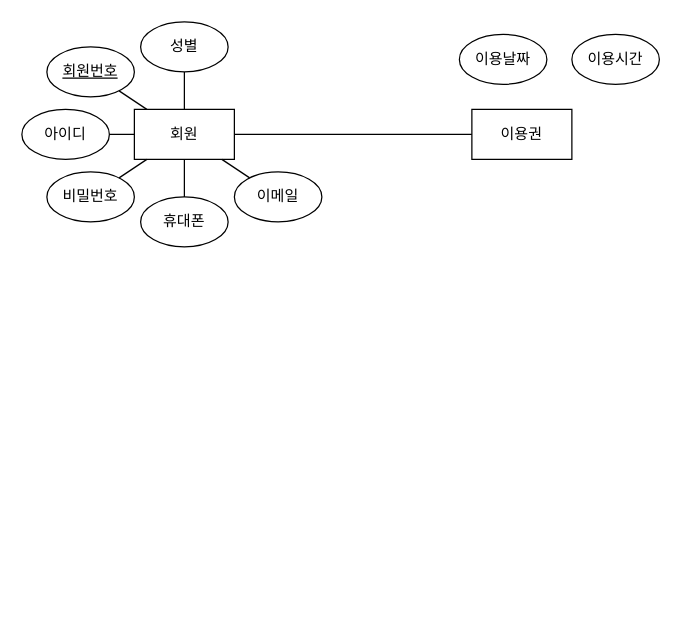
Above: jstudy/src/db/제목 없는 다이어그램.drawio in woo00/java (draw.io), before the change. Source tidied: cells renumbered, new cells numbered last; positions are measured from the earlier drawing's top-left corner, leaving out a move shared by most shapes. Both pictures are drawn from the tidied source at 125%, with x=0, y=0 at pixel (21, 21).
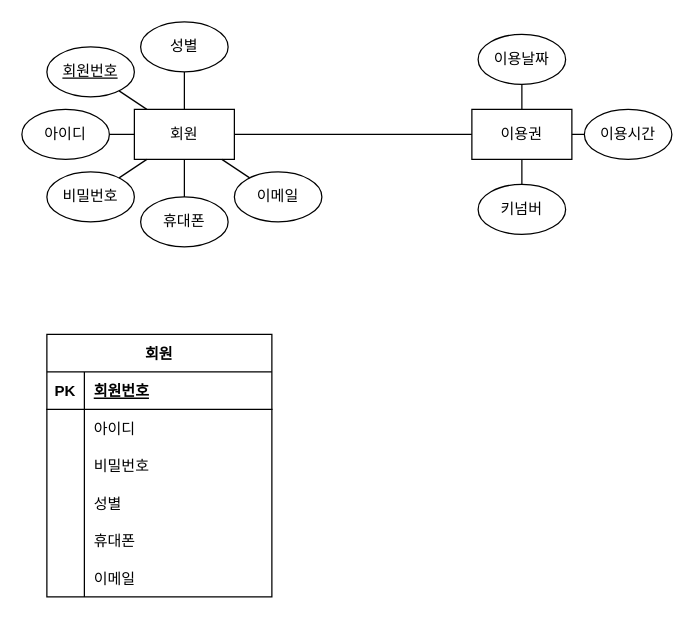
Above is the later version.

The change refers to these unchanged cells:
```xml
<mxCell id="15" value="이용권" style="rounded=0;whiteSpace=wrap;html=1;" parent="1" vertex="1">
  <mxGeometry x="360" y="70" width="80" height="40" as="geometry" />
</mxCell>
```

What changed in the source:
```diff
@@
     <mxCell id="16" value="이용시간" style="ellipse;whiteSpace=wrap;html=1;fontStyle=0;" parent="1" vertex="1">
-      <mxGeometry x="440" y="10" width="70" height="40" as="geometry" />
+      <mxGeometry x="450" y="70" width="70" height="40" as="geometry" />
     </mxCell>
@@
     <mxCell id="18" value="이용날짜" style="ellipse;whiteSpace=wrap;html=1;fontStyle=0;" parent="1" vertex="1">
-      <mxGeometry x="350" y="10" width="70" height="40" as="geometry" />
+      <mxGeometry x="365" y="10" width="70" height="40" as="geometry" />
     </mxCell>
+    <mxCell id="19" value="키넘버" style="ellipse;whiteSpace=wrap;html=1;fontStyle=0;" parent="1" vertex="1">
+      <mxGeometry x="365" y="130" width="70" height="40" as="geometry" />
+    </mxCell>
+    <mxCell id="20" style="endArrow=none;html=1;rounded=0;" parent="1" edge="1" source="15" target="18">
+      <mxGeometry relative="1" as="geometry" />
+    </mxCell>
+    <mxCell id="21" style="endArrow=none;html=1;rounded=0;" parent="1" edge="1" source="16" target="15">
+      <mxGeometry relative="1" as="geometry" />
+    </mxCell>
+    <mxCell id="22" style="endArrow=none;html=1;rounded=0;" parent="1" edge="1" source="19" target="15">
+      <mxGeometry relative="1" as="geometry" />
+    </mxCell>
+    <mxCell id="23" value="회원" style="shape=table;startSize=30;childLayout=tableLayout;rowLines=0;fontStyle=1;align=center;" parent="1" vertex="1">
+      <mxGeometry x="20" y="250" width="180" height="210" as="geometry" />
+    </mxCell>
+    <mxCell id="24" style="shape=tableRow;horizontal=0;startSize=0;swimlaneHead=0;swimlaneBody=0;fillColor=none;top=0;left=0;right=0;bottom=1;" parent="23" vertex="1">
+      <mxGeometry y="30" width="180" height="30" as="geometry" />
+    </mxCell>
+    <mxCell id="25" value="PK" style="shape=partialRectangle;fillColor=none;top=0;left=0;bottom=0;right=0;fontStyle=1;overflow=hidden;" parent="24" vertex="1">
+      <mxGeometry width="30" height="30" as="geometry" />
+    </mxCell>
+    <mxCell id="26" value="회원번호" style="shape=partialRectangle;fillColor=none;top=0;left=0;bottom=0;right=0;align=left;spacingLeft=6;fontStyle=5;overflow=hidden;" parent="24" vertex="1">
+      <mxGeometry x="30" width="150" height="30" as="geometry" />
+    </mxCell>
+    <mxCell id="27" style="shape=tableRow;horizontal=0;startSize=0;swimlaneHead=0;swimlaneBody=0;fillColor=none;top=0;left=0;right=0;bottom=0;" parent="23" vertex="1">
+      <mxGeometry y="60" width="180" height="30" as="geometry" />
+    </mxCell>
+    <mxCell id="28" style="shape=partialRectangle;fillColor=none;top=0;left=0;bottom=0;right=0;overflow=hidden;" parent="27" vertex="1">
+      <mxGeometry width="30" height="30" as="geometry" />
+    </mxCell>
+    <mxCell id="29" value="아이디" style="shape=partialRectangle;fillColor=none;top=0;left=0;bottom=0;right=0;align=left;spacingLeft=6;overflow=hidden;" parent="27" vertex="1">
+      <mxGeometry x="30" width="150" height="30" as="geometry" />
+    </mxCell>
+    <mxCell id="30" style="shape=tableRow;horizontal=0;startSize=0;swimlaneHead=0;swimlaneBody=0;fillColor=none;top=0;left=0;right=0;bottom=0;" parent="23" vertex="1">
+      <mxGeometry y="90" width="180" height="30" as="geometry" />
+    </mxCell>
+    <mxCell id="31" style="shape=partialRectangle;fillColor=none;top=0;left=0;bottom=0;right=0;overflow=hidden;" parent="30" vertex="1">
+      <mxGeometry width="30" height="30" as="geometry" />
+    </mxCell>
+    <mxCell id="32" value="비밀번호" style="shape=partialRectangle;fillColor=none;top=0;left=0;bottom=0;right=0;align=left;spacingLeft=6;overflow=hidden;" parent="30" vertex="1">
+      <mxGeometry x="30" width="150" height="30" as="geometry" />
+    </mxCell>
+    <mxCell id="33" style="shape=tableRow;horizontal=0;startSize=0;swimlaneHead=0;swimlaneBody=0;fillColor=none;top=0;left=0;right=0;bottom=0;" parent="23" vertex="1">
+      <mxGeometry y="120" width="180" height="30" as="geometry" />
+    </mxCell>
+    <mxCell id="34" style="shape=partialRectangle;fillColor=none;top=0;left=0;bottom=0;right=0;overflow=hidden;" parent="33" vertex="1">
+      <mxGeometry width="30" height="30" as="geometry" />
+    </mxCell>
+    <mxCell id="35" value="성별" style="shape=partialRectangle;fillColor=none;top=0;left=0;bottom=0;right=0;align=left;spacingLeft=6;overflow=hidden;" parent="33" vertex="1">
+      <mxGeometry x="30" width="150" height="30" as="geometry" />
+    </mxCell>
+    <mxCell id="36" style="shape=tableRow;horizontal=0;startSize=0;swimlaneHead=0;swimlaneBody=0;fillColor=none;top=0;left=0;right=0;bottom=0;" parent="23" vertex="1">
+      <mxGeometry y="150" width="180" height="30" as="geometry" />
+    </mxCell>
+    <mxCell id="37" style="shape=partialRectangle;fillColor=none;top=0;left=0;bottom=0;right=0;overflow=hidden;" parent="36" vertex="1">
+      <mxGeometry width="30" height="30" as="geometry" />
+    </mxCell>
+    <mxCell id="38" value="휴대폰" style="shape=partialRectangle;fillColor=none;top=0;left=0;bottom=0;right=0;align=left;spacingLeft=6;overflow=hidden;" parent="36" vertex="1">
+      <mxGeometry x="30" width="150" height="30" as="geometry" />
+    </mxCell>
+    <mxCell id="39" style="shape=tableRow;horizontal=0;startSize=0;swimlaneHead=0;swimlaneBody=0;fillColor=none;top=0;left=0;right=0;bottom=0;" parent="23" vertex="1">
+      <mxGeometry y="180" width="180" height="30" as="geometry" />
+    </mxCell>
+    <mxCell id="40" style="shape=partialRectangle;fillColor=none;top=0;left=0;bottom=0;right=0;overflow=hidden;" parent="39" vertex="1">
+      <mxGeometry width="30" height="30" as="geometry" />
+    </mxCell>
+    <mxCell id="41" value="이메일" style="shape=partialRectangle;fillColor=none;top=0;left=0;bottom=0;right=0;align=left;spacingLeft=6;overflow=hidden;" parent="39" vertex="1">
+      <mxGeometry x="30" width="150" height="30" as="geometry" />
+    </mxCell>
```
